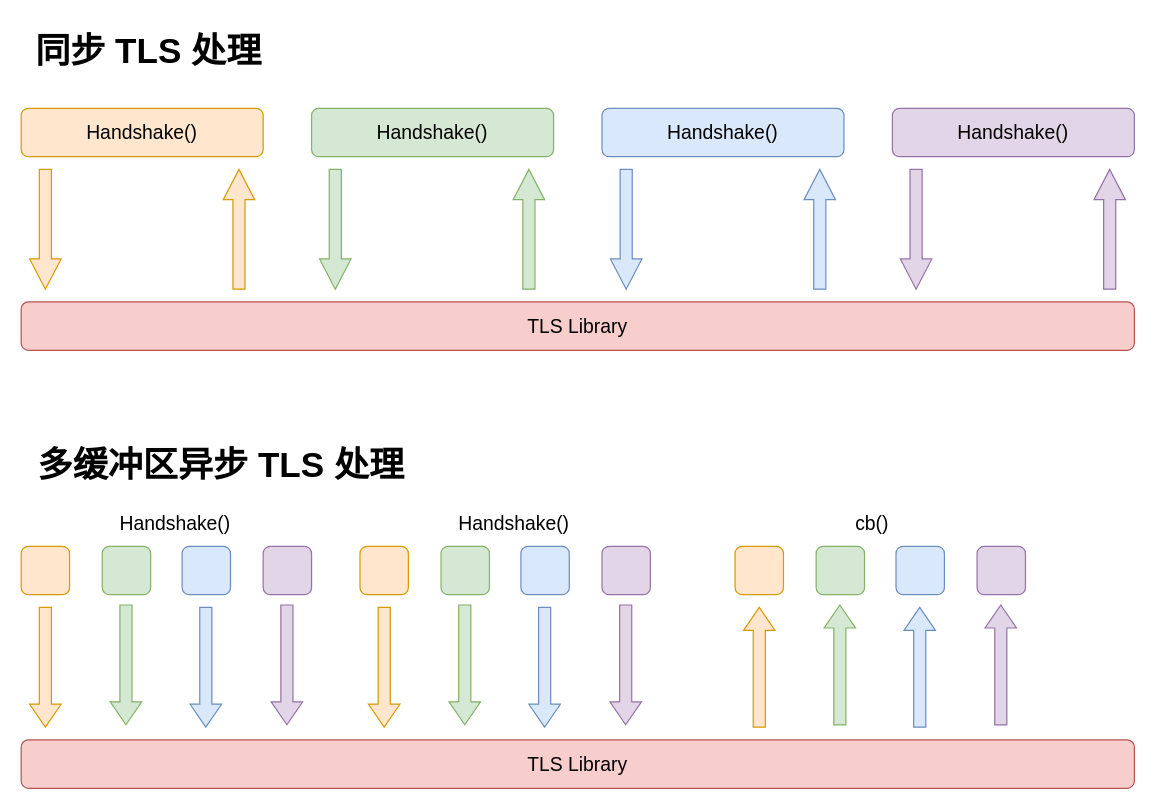
wehyy/my-world keeps this draw.io diagram as page "Page-1" (1 of 2) of cryptomb.drawio. Above is the earlier version. Source tidied: cells renumbered, new cells numbered last; positions are measured from the earlier drawing's top-left corner, leaving out a move shared by most shapes. Both pictures are drawn from the tidied source at 121%, with x=0, y=0 at pixel (21, 21).
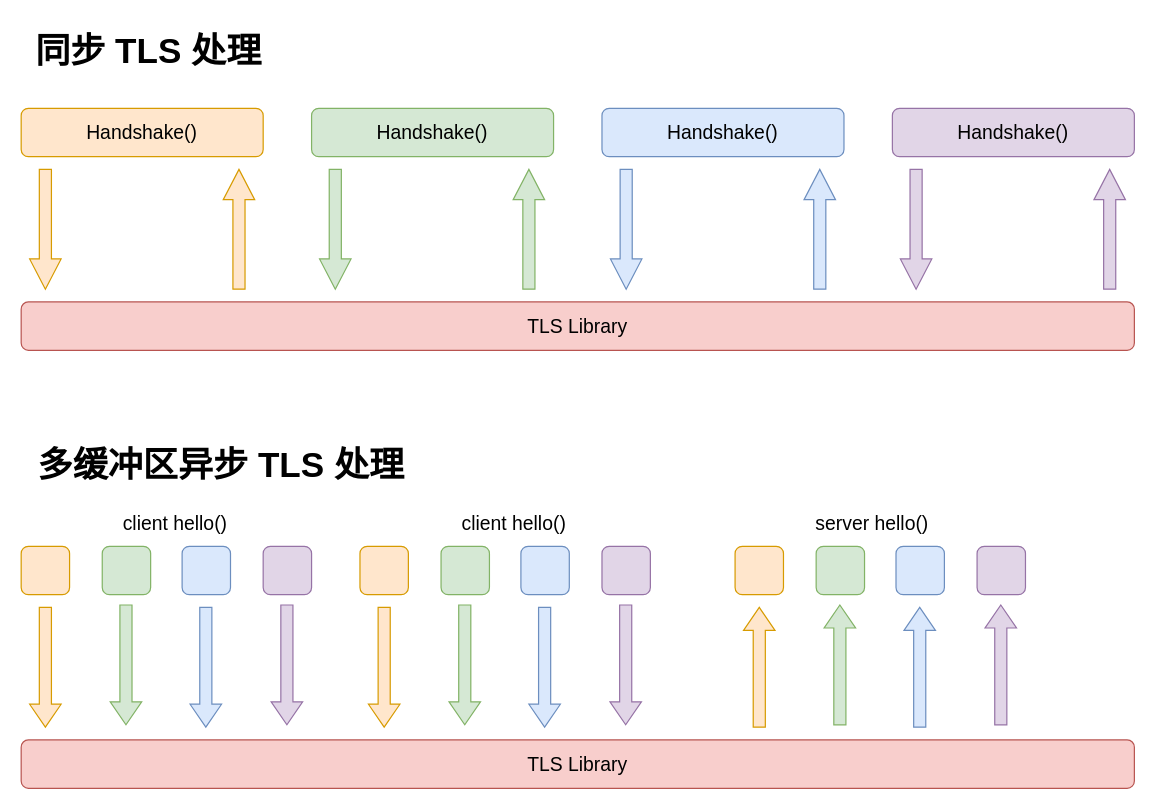
The same page after the edit.

The edit, as a diff of the source:
```diff
@@
-    <mxCell id="26" value="&lt;font style=&quot;font-size: 16px;&quot;&gt;Handshake()&lt;/font&gt;" style="text;html=1;align=center;verticalAlign=middle;strokeColor=none;fillColor=none;" parent="1" vertex="1">
-      <mxGeometry x="67" y="400" width="120" height="30" as="geometry" />
+    <mxCell id="26" value="&lt;font style=&quot;font-size: 16px;&quot;&gt;client hello()&lt;/font&gt;" style="text;html=1;align=center;verticalAlign=middle;strokeColor=none;fillColor=none;" parent="1" vertex="1">
+      <mxGeometry x="72" y="400" width="110" height="30" as="geometry" />
     </mxCell>
@@
-    <mxCell id="35" value="&lt;font style=&quot;font-size: 16px;&quot;&gt;Handshake()&lt;/font&gt;" style="text;html=1;align=center;verticalAlign=middle;strokeColor=none;fillColor=none;" parent="1" vertex="1">
-      <mxGeometry x="347" y="400" width="120" height="30" as="geometry" />
+    <mxCell id="35" value="&lt;font style=&quot;font-size: 16px;&quot;&gt;client hello()&lt;/font&gt;" style="text;html=1;align=center;verticalAlign=middle;strokeColor=none;fillColor=none;" parent="1" vertex="1">
+      <mxGeometry x="352" y="400" width="110" height="30" as="geometry" />
     </mxCell>
@@
-    <mxCell id="44" value="&lt;font style=&quot;font-size: 16px;&quot;&gt;cb()&lt;/font&gt;" style="text;html=1;align=center;verticalAlign=middle;strokeColor=none;fillColor=none;" parent="1" vertex="1">
-      <mxGeometry x="678" y="400" width="50" height="30" as="geometry" />
+    <mxCell id="44" value="&lt;font style=&quot;font-size: 16px;&quot;&gt;server hello()&lt;/font&gt;" style="text;html=1;align=center;verticalAlign=middle;strokeColor=none;fillColor=none;" parent="1" vertex="1">
+      <mxGeometry x="643" y="400" width="120" height="30" as="geometry" />
     </mxCell>
```
